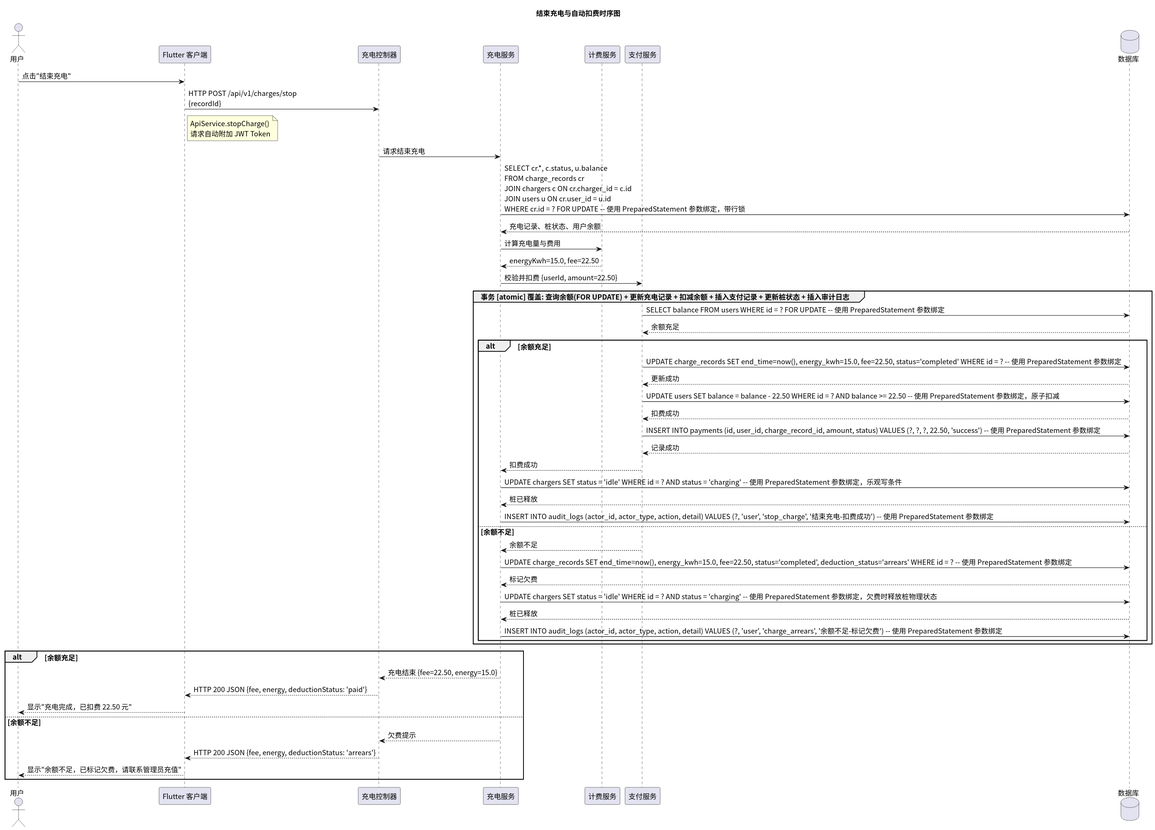
Above: time/img/sequence_stop_charge.svg in greenhandzdl/charging-station-doc (PlantUML), before the change.
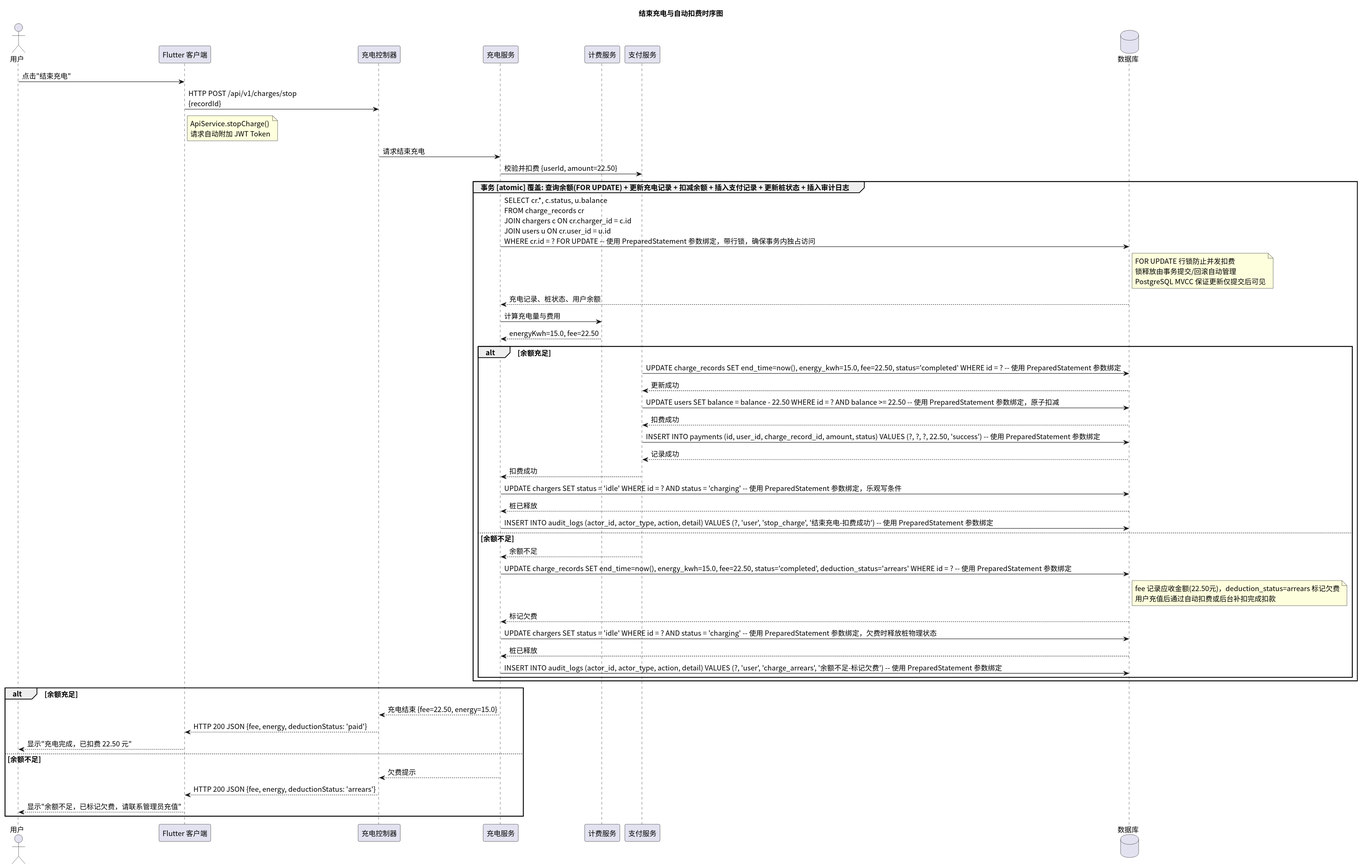
After the change.

What changed in the source:
```diff
@@ -17,17 +17,15 @@
 
 Ctrl -> Service: 请求结束充电
 
-Service -> DB: SELECT cr.*, c.status, u.balance\nFROM charge_records cr\nJOIN chargers c ON cr.charger_id = c.id\nJOIN users u ON cr.user_id = u.id\nWHERE cr.id = ? FOR UPDATE -- 使用 PreparedStatement 参数绑定，带行锁
-DB --> Service: 充电记录、桩状态、用户余额
-
-Service -> Bill: 计算充电量与费用
-Bill --> Service: energyKwh=15.0, fee=22.50
-
 Service -> Pay: 校验并扣费 {userId, amount=22.50}
 
 group 事务 [atomic] 覆盖: 查询余额(FOR UPDATE) + 更新充电记录 + 扣减余额 + 插入支付记录 + 更新桩状态 + 插入审计日志
-  Pay -> DB: SELECT balance FROM users WHERE id = ? FOR UPDATE -- 使用 PreparedStatement 参数绑定
-  DB --> Pay: 余额充足
+  Service -> DB: SELECT cr.*, c.status, u.balance\nFROM charge_records cr\nJOIN chargers c ON cr.charger_id = c.id\nJOIN users u ON cr.user_id = u.id\nWHERE cr.id = ? FOR UPDATE -- 使用 PreparedStatement 参数绑定，带行锁，确保事务内独占访问
+  note right DB : FOR UPDATE 行锁防止并发扣费\n锁释放由事务提交/回滚自动管理\nPostgreSQL MVCC 保证更新仅提交后可见
+  DB --> Service: 充电记录、桩状态、用户余额
+
+  Service -> Bill: 计算充电量与费用
+  Bill --> Service: energyKwh=15.0, fee=22.50
 
   alt 余额充足
     Pay -> DB: UPDATE charge_records SET end_time=now(), energy_kwh=15.0, fee=22.50, status='completed' WHERE id = ? -- 使用 PreparedStatement 参数绑定
@@ -49,6 +47,7 @@
     Pay --> Service: 余额不足
 
     Service -> DB: UPDATE charge_records SET end_time=now(), energy_kwh=15.0, fee=22.50, status='completed', deduction_status='arrears' WHERE id = ? -- 使用 PreparedStatement 参数绑定
+    note right DB : fee 记录应收金额(22.50元)，deduction_status=arrears 标记欠费\n用户充值后通过自动扣费或后台补扣完成扣款
     DB --> Service: 标记欠费
 
     Service -> DB: UPDATE chargers SET status = 'idle' WHERE id = ? AND status = 'charging' -- 使用 PreparedStatement 参数绑定，欠费时释放桩物理状态
```
